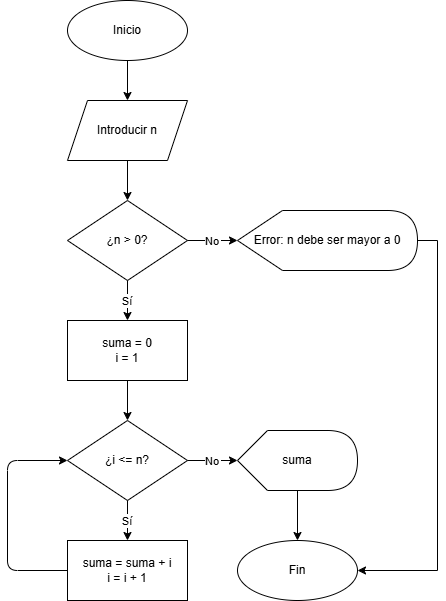
UPclopezpAalgorithmsBook/solutions keeps this draw.io diagram as chapter4/dfd/dfd4.5.7_6.png. Above is the earlier version. Source tidied: cells renumbered, new cells last; positions are measured from the earlier drawing's top-left corner, leaving out a move shared by most shapes. Source of this version:
```xml
<mxGraphModel>
  <root>
    <mxCell id="0" />
    <mxCell id="1" parent="0" />
    <mxCell id="2" value="Inicio" style="ellipse;whiteSpace=wrap;html=1;" parent="1" vertex="1">
      <mxGeometry x="60" width="120" height="60" as="geometry" />
    </mxCell>
    <mxCell id="3" value="Introducir n" style="shape=parallelogram;perimeter=parallelogramPerimeter;whiteSpace=wrap;html=1;fixedSize=1;" parent="1" vertex="1">
      <mxGeometry x="60" y="100" width="120" height="60" as="geometry" />
    </mxCell>
    <mxCell id="4" value="¿n &gt; 0?" style="rhombus;whiteSpace=wrap;html=1;" parent="1" vertex="1">
      <mxGeometry x="60" y="200" width="120" height="80" as="geometry" />
    </mxCell>
    <mxCell id="5" value="suma = 0&lt;br&gt;i = 1" style="rounded=0;whiteSpace=wrap;html=1;" parent="1" vertex="1">
      <mxGeometry x="60" y="320" width="120" height="60" as="geometry" />
    </mxCell>
    <mxCell id="6" style="edgeStyle=orthogonalEdgeStyle;rounded=0;jettySize=auto;html=1;exitX=1;exitY=0.5;exitDx=0;exitDy=0;exitPerimeter=0;entryX=1;entryY=0.5;entryDx=0;entryDy=0;" parent="1" edge="1" source="7" target="12">
      <mxGeometry relative="1" as="geometry" />
    </mxCell>
    <mxCell id="7" value="Error: n debe ser mayor a 0" style="shape=display;whiteSpace=wrap;html=1;" parent="1" vertex="1">
      <mxGeometry x="230" y="210" width="180" height="60" as="geometry" />
    </mxCell>
    <mxCell id="8" value="¿i &lt;= n?" style="rhombus;whiteSpace=wrap;html=1;" parent="1" vertex="1">
      <mxGeometry x="60" y="420" width="120" height="80" as="geometry" />
    </mxCell>
    <mxCell id="9" value="suma = suma + i&lt;br&gt;i = i + 1" style="rounded=0;whiteSpace=wrap;html=1;" parent="1" vertex="1">
      <mxGeometry x="60" y="540" width="120" height="60" as="geometry" />
    </mxCell>
    <mxCell id="10" style="edgeStyle=orthogonalEdgeStyle;rounded=0;jettySize=auto;html=1;exitX=0;exitY=0;exitDx=60;exitDy=60;exitPerimeter=0;" parent="1" edge="1" source="11" target="12">
      <mxGeometry relative="1" as="geometry" />
    </mxCell>
    <mxCell id="11" value="suma" style="shape=display;whiteSpace=wrap;html=1;" parent="1" vertex="1">
      <mxGeometry x="230" y="430" width="120" height="60" as="geometry" />
    </mxCell>
    <mxCell id="12" value="Fin" style="ellipse;whiteSpace=wrap;html=1;" parent="1" vertex="1">
      <mxGeometry x="230" y="540" width="120" height="60" as="geometry" />
    </mxCell>
    <mxCell id="13" parent="1" edge="1" source="2" target="3">
      <mxGeometry relative="1" as="geometry" />
    </mxCell>
    <mxCell id="14" parent="1" edge="1" source="3" target="4">
      <mxGeometry relative="1" as="geometry" />
    </mxCell>
    <mxCell id="15" value="Sí" parent="1" edge="1" source="4" target="5">
      <mxGeometry relative="1" as="geometry" />
    </mxCell>
    <mxCell id="16" value="No" parent="1" edge="1" source="4" target="7">
      <mxGeometry relative="1" as="geometry" />
    </mxCell>
    <mxCell id="17" parent="1" edge="1" source="5" target="8">
      <mxGeometry relative="1" as="geometry" />
    </mxCell>
    <mxCell id="18" value="Sí" parent="1" edge="1" source="8" target="9">
      <mxGeometry relative="1" as="geometry" />
    </mxCell>
    <mxCell id="19" value="No" parent="1" edge="1" source="8" target="11">
      <mxGeometry relative="1" as="geometry" />
    </mxCell>
    <mxCell id="20" parent="1" edge="1" source="9" target="8">
      <mxGeometry relative="1" as="geometry">
        <Array as="points">
          <mxPoint y="570" />
          <mxPoint y="460" />
        </Array>
      </mxGeometry>
    </mxCell>
  </root>
</mxGraphModel>
```
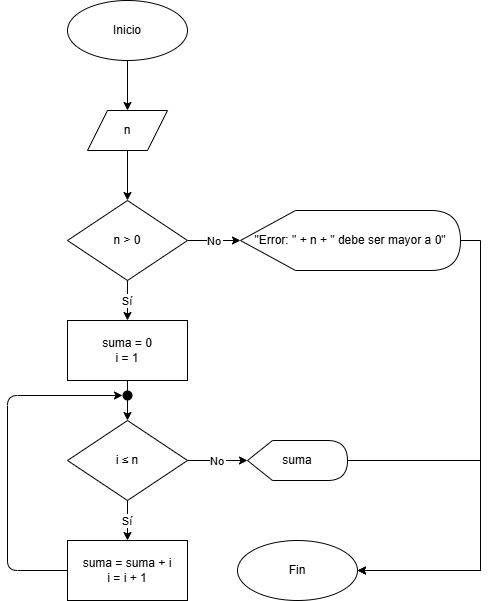
After the commit.

The edit, as a diff of the source:
```diff
@@ -2,67 +2,93 @@
   <root>
     <mxCell id="0" />
     <mxCell id="1" parent="0" />
+    <mxCell id="21" parent="1" edge="1">
+      <mxGeometry relative="1" as="geometry">
+        <mxPoint x="60" y="420" as="targetPoint" />
+        <Array as="points">
+          <mxPoint y="530" />
+          <mxPoint y="420" />
+        </Array>
+      </mxGeometry>
+    </mxCell>
+    <mxCell id="22" style="endArrow=classic;html=1;exitX=0;exitY=0.5;exitDx=0;exitDy=0;entryX=0;entryY=0.5;entryDx=0;entryDy=0;" parent="1" edge="1">
+      <mxGeometry relative="1" as="geometry">
+        <mxPoint x="60" y="240" as="targetPoint" />
+        <Array as="points">
+          <mxPoint y="480" />
+          <mxPoint y="240" />
+        </Array>
+      </mxGeometry>
+    </mxCell>
     <mxCell id="2" value="Inicio" style="ellipse;whiteSpace=wrap;html=1;" parent="1" vertex="1">
       <mxGeometry x="60" width="120" height="60" as="geometry" />
     </mxCell>
-    <mxCell id="3" value="Introducir n" style="shape=parallelogram;perimeter=parallelogramPerimeter;whiteSpace=wrap;html=1;fixedSize=1;" parent="1" vertex="1">
-      <mxGeometry x="60" y="100" width="120" height="60" as="geometry" />
-    </mxCell>
-    <mxCell id="4" value="¿n &gt; 0?" style="rhombus;whiteSpace=wrap;html=1;" parent="1" vertex="1">
-      <mxGeometry x="60" y="200" width="120" height="80" as="geometry" />
-    </mxCell>
+    <mxCell id="23" value="n" style="shape=parallelogram;perimeter=parallelogramPerimeter;whiteSpace=wrap;html=1;fixedSize=1;" parent="1" vertex="1">
+      <mxGeometry x="80" y="110" width="80" height="40" as="geometry" />
+    </mxCell>
+    <mxCell id="24" value="n &amp;gt; 0" style="rhombus;whiteSpace=wrap;html=1;" parent="1" vertex="1">
+      <mxGeometry x="60" y="200" width="120" height="80" as="geometry" />
+    </mxCell>
     <mxCell id="5" value="suma = 0&lt;br&gt;i = 1" style="rounded=0;whiteSpace=wrap;html=1;" parent="1" vertex="1">
       <mxGeometry x="60" y="320" width="120" height="60" as="geometry" />
     </mxCell>
-    <mxCell id="6" style="edgeStyle=orthogonalEdgeStyle;rounded=0;jettySize=auto;html=1;exitX=1;exitY=0.5;exitDx=0;exitDy=0;exitPerimeter=0;entryX=1;entryY=0.5;entryDx=0;entryDy=0;" parent="1" edge="1" source="7" target="12">
-      <mxGeometry relative="1" as="geometry" />
-    </mxCell>
-    <mxCell id="7" value="Error: n debe ser mayor a 0" style="shape=display;whiteSpace=wrap;html=1;" parent="1" vertex="1">
-      <mxGeometry x="230" y="210" width="180" height="60" as="geometry" />
-    </mxCell>
-    <mxCell id="8" value="¿i &lt;= n?" style="rhombus;whiteSpace=wrap;html=1;" parent="1" vertex="1">
-      <mxGeometry x="60" y="420" width="120" height="80" as="geometry" />
-    </mxCell>
+    <mxCell id="25" style="edgeStyle=orthogonalEdgeStyle;rounded=0;jettySize=auto;html=1;exitX=1;exitY=0.5;exitDx=0;exitDy=0;exitPerimeter=0;entryX=1;entryY=0.5;entryDx=0;entryDy=0;" parent="1" edge="1" source="26" target="12">
+      <mxGeometry relative="1" as="geometry" />
+    </mxCell>
+    <mxCell id="26" value="&quot;Error: &quot; + n + &quot; debe ser mayor a 0&quot;" style="shape=display;whiteSpace=wrap;html=1;" parent="1" vertex="1">
+      <mxGeometry x="233" y="210" width="220" height="60" as="geometry" />
+    </mxCell>
+    <mxCell id="27" value="i&amp;nbsp;≤ n" style="rhombus;whiteSpace=wrap;html=1;" parent="1" vertex="1">
+      <mxGeometry x="60" y="420" width="120" height="80" as="geometry" />
+    </mxCell>
     <mxCell id="9" value="suma = suma + i&lt;br&gt;i = i + 1" style="rounded=0;whiteSpace=wrap;html=1;" parent="1" vertex="1">
       <mxGeometry x="60" y="540" width="120" height="60" as="geometry" />
     </mxCell>
-    <mxCell id="10" style="edgeStyle=orthogonalEdgeStyle;rounded=0;jettySize=auto;html=1;exitX=0;exitY=0;exitDx=60;exitDy=60;exitPerimeter=0;" parent="1" edge="1" source="11" target="12">
-      <mxGeometry relative="1" as="geometry" />
+    <mxCell id="10" style="edgeStyle=orthogonalEdgeStyle;rounded=0;jettySize=auto;html=1;exitX=1;exitY=0.5;exitDx=0;exitDy=0;exitPerimeter=0;entryX=1;entryY=0.5;entryDx=0;entryDy=0;" parent="1" edge="1" source="11" target="12">
+      <mxGeometry relative="1" as="geometry">
+        <Array as="points">
+          <mxPoint x="473" y="460" />
+          <mxPoint x="473" y="570" />
+        </Array>
+      </mxGeometry>
     </mxCell>
     <mxCell id="11" value="suma" style="shape=display;whiteSpace=wrap;html=1;" parent="1" vertex="1">
-      <mxGeometry x="230" y="430" width="120" height="60" as="geometry" />
+      <mxGeometry x="240" y="440" width="100" height="40" as="geometry" />
     </mxCell>
     <mxCell id="12" value="Fin" style="ellipse;whiteSpace=wrap;html=1;" parent="1" vertex="1">
       <mxGeometry x="230" y="540" width="120" height="60" as="geometry" />
     </mxCell>
-    <mxCell id="13" parent="1" edge="1" source="2" target="3">
-      <mxGeometry relative="1" as="geometry" />
-    </mxCell>
-    <mxCell id="14" parent="1" edge="1" source="3" target="4">
-      <mxGeometry relative="1" as="geometry" />
-    </mxCell>
-    <mxCell id="15" value="Sí" parent="1" edge="1" source="4" target="5">
-      <mxGeometry relative="1" as="geometry" />
-    </mxCell>
-    <mxCell id="16" value="No" parent="1" edge="1" source="4" target="7">
-      <mxGeometry relative="1" as="geometry" />
-    </mxCell>
-    <mxCell id="17" parent="1" edge="1" source="5" target="8">
-      <mxGeometry relative="1" as="geometry" />
-    </mxCell>
-    <mxCell id="18" value="Sí" parent="1" edge="1" source="8" target="9">
-      <mxGeometry relative="1" as="geometry" />
-    </mxCell>
-    <mxCell id="19" value="No" parent="1" edge="1" source="8" target="11">
-      <mxGeometry relative="1" as="geometry" />
-    </mxCell>
-    <mxCell id="20" parent="1" edge="1" source="9" target="8">
-      <mxGeometry relative="1" as="geometry">
-        <Array as="points">
-          <mxPoint y="570" />
-          <mxPoint y="460" />
-        </Array>
-      </mxGeometry>
-    </mxCell>
+    <mxCell id="28" parent="1" edge="1" source="2" target="23">
+      <mxGeometry relative="1" as="geometry" />
+    </mxCell>
+    <mxCell id="29" parent="1" edge="1" source="23" target="24">
+      <mxGeometry relative="1" as="geometry" />
+    </mxCell>
+    <mxCell id="30" value="Sí" parent="1" edge="1" source="24" target="5">
+      <mxGeometry relative="1" as="geometry" />
+    </mxCell>
+    <mxCell id="31" value="No" parent="1" edge="1" source="24" target="26">
+      <mxGeometry relative="1" as="geometry" />
+    </mxCell>
+    <mxCell id="32" parent="1" edge="1" source="5" target="27">
+      <mxGeometry relative="1" as="geometry" />
+    </mxCell>
+    <mxCell id="33" value="Sí" parent="1" edge="1" source="27" target="9">
+      <mxGeometry relative="1" as="geometry" />
+    </mxCell>
+    <mxCell id="34" value="No" parent="1" edge="1" source="27" target="11">
+      <mxGeometry relative="1" as="geometry" />
+    </mxCell>
+    <mxCell id="35" style="entryX=0;entryY=0.5;entryDx=0;entryDy=0;" parent="1" edge="1" source="9" target="36">
+      <mxGeometry relative="1" as="geometry">
+        <Array as="points">
+          <mxPoint y="570" />
+          <mxPoint y="395" />
+        </Array>
+      </mxGeometry>
+    </mxCell>
+    <mxCell id="36" style="ellipse;whiteSpace=wrap;html=1;strokeColor=none;fillColor=#000000;" parent="1" vertex="1">
+      <mxGeometry x="115" y="390" width="10" height="10" as="geometry" />
+    </mxCell>
   </root>
 </mxGraphModel>
```
